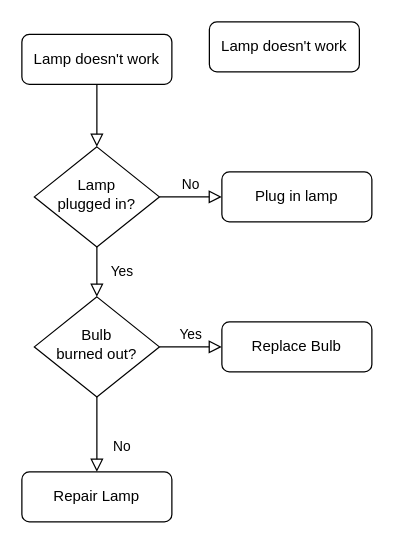
Before: Bank In.drawio in bachdev/diagram, a draw.io diagram. Source tidied: cells renumbered, new cells numbered last; positions are measured from the earlier drawing's top-left corner, leaving out a move shared by most shapes. Both pictures are drawn from the tidied source at 125%, with x=0, y=0 at pixel (21, 21).
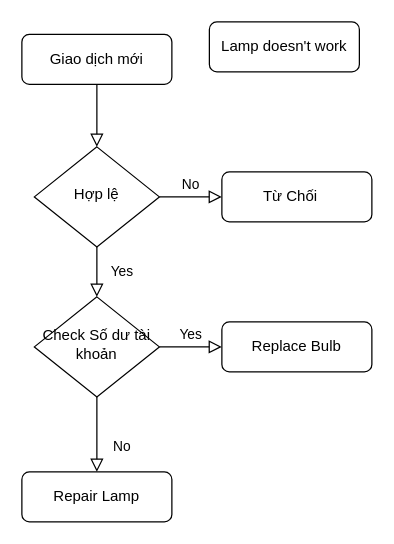
Above is the later version.

Commit message:
Cập nhật Bank In.drawio

What changed in the source:
```diff
@@
 <mxGraphModel>
   <root>
     <mxCell id="0" />
     <mxCell id="1" parent="0" />
     <mxCell id="2" style="rounded=0;html=1;jettySize=auto;fontSize=11;endArrow=block;endFill=0;endSize=8;strokeWidth=1;shadow=0;labelBackgroundColor=none;edgeStyle=orthogonalEdgeStyle;" parent="1" edge="1" source="3" target="6">
       <mxGeometry relative="1" as="geometry" />
     </mxCell>
-    <mxCell id="3" value="Lamp doesn't work" style="rounded=1;whiteSpace=wrap;html=1;fontSize=12;glass=0;strokeWidth=1;shadow=0;" parent="1" vertex="1">
+    <mxCell id="3" value="Giao dịch mới " style="rounded=1;whiteSpace=wrap;html=1;fontSize=12;glass=0;strokeWidth=1;shadow=0;" parent="1" vertex="1">
       <mxGeometry y="10" width="120" height="40" as="geometry" />
     </mxCell>
     <mxCell id="4" value="Yes" style="rounded=0;html=1;jettySize=auto;fontSize=11;endArrow=block;endFill=0;endSize=8;strokeWidth=1;shadow=0;labelBackgroundColor=none;edgeStyle=orthogonalEdgeStyle;" parent="1" edge="1" source="6" target="10">
       <mxGeometry y="20" relative="1" as="geometry" />
     </mxCell>
     <mxCell id="5" value="No" style="edgeStyle=orthogonalEdgeStyle;rounded=0;html=1;jettySize=auto;fontSize=11;endArrow=block;endFill=0;endSize=8;strokeWidth=1;shadow=0;labelBackgroundColor=none;" parent="1" edge="1" source="6" target="7">
       <mxGeometry y="10" relative="1" as="geometry" />
     </mxCell>
-    <mxCell id="6" value="Lamp&lt;br&gt;plugged in?" style="rhombus;whiteSpace=wrap;html=1;shadow=0;fontFamily=Helvetica;fontSize=12;align=center;strokeWidth=1;spacing=6;spacingTop=-4;" parent="1" vertex="1">
+    <mxCell id="6" value="Hợp lệ " style="rhombus;whiteSpace=wrap;html=1;shadow=0;fontFamily=Helvetica;fontSize=12;align=center;strokeWidth=1;spacing=6;spacingTop=-4;" parent="1" vertex="1">
       <mxGeometry x="10" y="100" width="100" height="80" as="geometry" />
     </mxCell>
-    <mxCell id="7" value="Plug in lamp" style="rounded=1;whiteSpace=wrap;html=1;fontSize=12;glass=0;strokeWidth=1;shadow=0;" parent="1" vertex="1">
+    <mxCell id="7" value="Từ Chối&lt;span style=&quot;white-space: pre;&quot;&gt;&#9;&lt;/span&gt;" style="rounded=1;whiteSpace=wrap;html=1;fontSize=12;glass=0;strokeWidth=1;shadow=0;" parent="1" vertex="1">
       <mxGeometry x="160" y="120" width="120" height="40" as="geometry" />
     </mxCell>
     <mxCell id="8" value="No" style="rounded=0;html=1;jettySize=auto;fontSize=11;endArrow=block;endFill=0;endSize=8;strokeWidth=1;shadow=0;labelBackgroundColor=none;edgeStyle=orthogonalEdgeStyle;" parent="1" edge="1" source="10" target="11">
       <mxGeometry x="0.33" y="20" relative="1" as="geometry" />
     </mxCell>
     <mxCell id="9" value="Yes" style="edgeStyle=orthogonalEdgeStyle;rounded=0;html=1;jettySize=auto;fontSize=11;endArrow=block;endFill=0;endSize=8;strokeWidth=1;shadow=0;labelBackgroundColor=none;" parent="1" edge="1" source="10" target="12">
       <mxGeometry y="10" relative="1" as="geometry" />
     </mxCell>
-    <mxCell id="10" value="Bulb&lt;br&gt;burned out?" style="rhombus;whiteSpace=wrap;html=1;shadow=0;fontFamily=Helvetica;fontSize=12;align=center;strokeWidth=1;spacing=6;spacingTop=-4;" parent="1" vertex="1">
+    <mxCell id="10" value="Check Số dư tài khoản" style="rhombus;whiteSpace=wrap;html=1;shadow=0;fontFamily=Helvetica;fontSize=12;align=center;strokeWidth=1;spacing=6;spacingTop=-4;" parent="1" vertex="1">
       <mxGeometry x="10" y="220" width="100" height="80" as="geometry" />
     </mxCell>
     <mxCell id="11" value="Repair Lamp" style="rounded=1;whiteSpace=wrap;html=1;fontSize=12;glass=0;strokeWidth=1;shadow=0;" parent="1" vertex="1">
       <mxGeometry y="360" width="120" height="40" as="geometry" />
     </mxCell>
     <mxCell id="12" value="Replace Bulb" style="rounded=1;whiteSpace=wrap;html=1;fontSize=12;glass=0;strokeWidth=1;shadow=0;" parent="1" vertex="1">
       <mxGeometry x="160" y="240" width="120" height="40" as="geometry" />
     </mxCell>
     <mxCell id="13" value="Lamp doesn't work" style="rounded=1;whiteSpace=wrap;html=1;fontSize=12;glass=0;strokeWidth=1;shadow=0;" parent="1" vertex="1">
       <mxGeometry x="150" width="120" height="40" as="geometry" />
     </mxCell>
   </root>
 </mxGraphModel>
```
